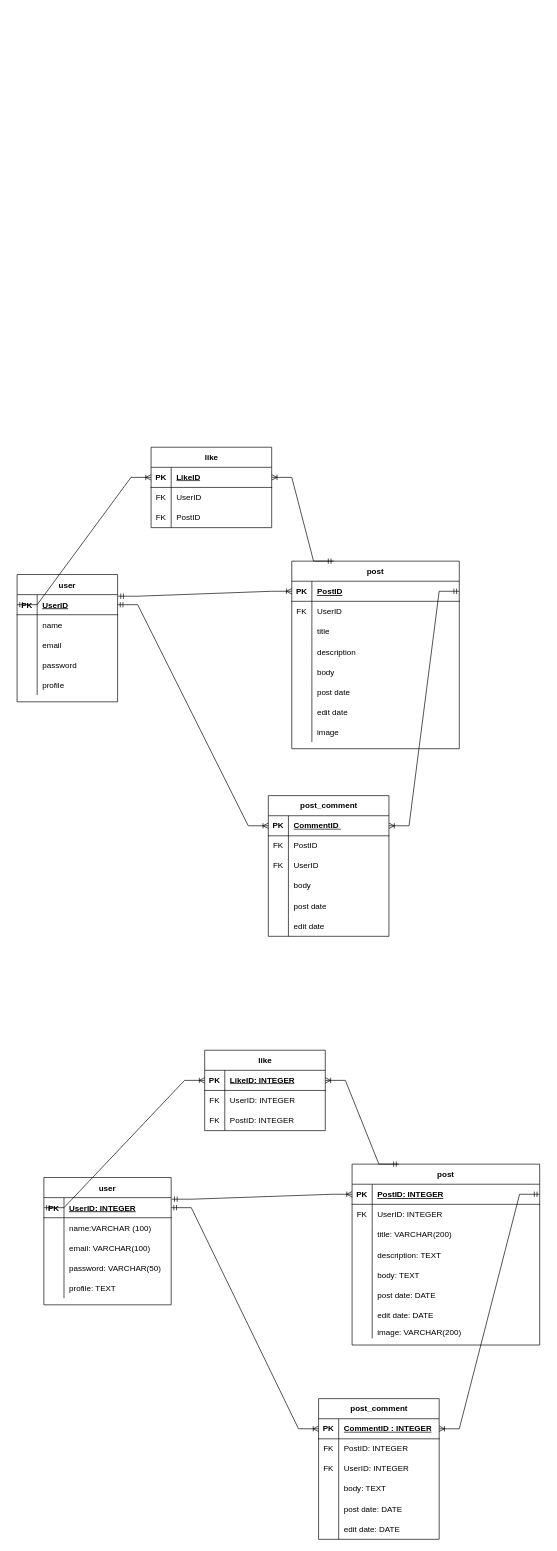
Before: Module8/diagrams/Exercise 1.drawio in endofheat/9OctSECohort, a draw.io diagram. Source tidied: cells renumbered, new cells numbered last; positions are measured from the earlier drawing's top-left corner, leaving out a move shared by most shapes. Both pictures are drawn from the tidied source at 67%, with x=0, y=0 at pixel (17, 447).
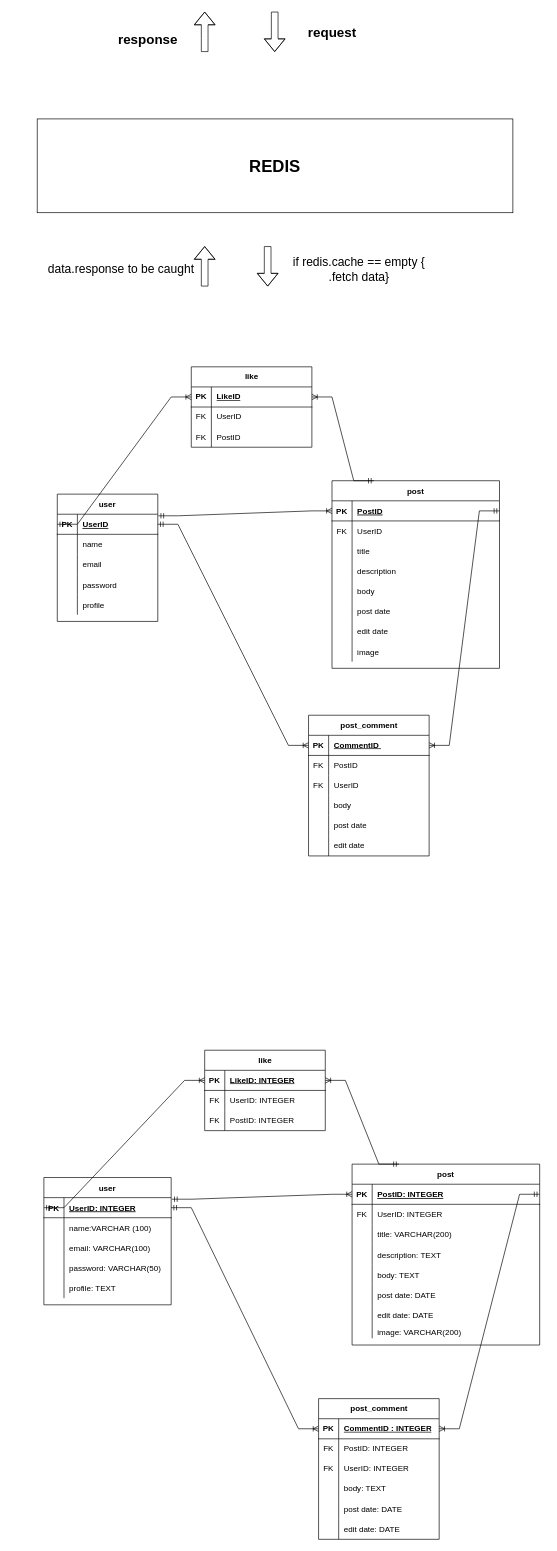
The same page after the edit.

Unchanged cells that the change refers to:
```xml
<mxCell id="28" style="shape=partialRectangle;fillColor=none;points=[[0,0.5],[1,0.5]];portConstraint=eastwest;top=0;left=0;right=0;bottom=1;" parent="27" vertex="1">
  <mxGeometry y="30" width="150" height="30" as="geometry" />
</mxCell>
<mxCell id="44" style="shape=tableRow;horizontal=0;startSize=0;swimlaneHead=0;swimlaneBody=0;fillColor=none;points=[[0,0.5],[1,0.5]];portConstraint=eastwest;top=0;left=0;right=0;bottom=1;" parent="43" vertex="1">
  <mxGeometry y="30" width="180" height="30" as="geometry" />
</mxCell>
<mxCell id="63" style="shape=tableRow;horizontal=0;startSize=0;swimlaneHead=0;swimlaneBody=0;fillColor=none;points=[[0,0.5],[1,0.5]];portConstraint=eastwest;top=0;left=0;right=0;bottom=1;" parent="62" vertex="1">
  <mxGeometry y="30" width="180" height="30" as="geometry" />
</mxCell>
```

Diff of the diagram source:
```diff
@@
     <mxCell id="2" value="post" style="shape=table;startSize=30;childLayout=tableLayout;rowLines=0;fontStyle=1;align=center;" parent="1" vertex="1">
-      <mxGeometry x="410" y="170" width="250" height="280" as="geometry" />
+      <mxGeometry x="470" y="50" width="250" height="280" as="geometry" />
     </mxCell>
@@
     <mxCell id="27" value="user" style="shape=table;startSize=30;childLayout=tableLayout;rowLines=0;fontStyle=1;align=center;" parent="1" vertex="1">
-      <mxGeometry y="190" width="150" height="190" as="geometry" />
+      <mxGeometry x="60" y="70" width="150" height="190" as="geometry" />
     </mxCell>
@@
     <mxCell id="43" value="post_comment" style="shape=table;startSize=30;childLayout=tableLayout;rowLines=0;fontStyle=1;align=center;html=1;" parent="1" vertex="1">
-      <mxGeometry x="375" y="520" width="180" height="210" as="geometry" />
+      <mxGeometry x="435" y="400" width="180" height="210" as="geometry" />
     </mxCell>
@@
     <mxCell id="62" value="like" style="shape=table;startSize=30;childLayout=tableLayout;rowLines=0;fontStyle=1;align=center;html=1;" parent="1" vertex="1">
-      <mxGeometry x="200" width="180" height="120" as="geometry" />
+      <mxGeometry x="260" y="-120" width="180" height="120" as="geometry" />
     </mxCell>
@@
     <mxCell id="74" style="edgeStyle=entityRelationEdgeStyle;fontSize=12;html=1;endArrow=ERoneToMany;startArrow=ERmandOne;rounded=0;exitX=0;exitY=0.5;exitDx=0;exitDy=0;entryX=0;entryY=0.5;entryDx=0;entryDy=0;" parent="1" edge="1" source="28" target="63">
       <mxGeometry relative="1" as="geometry">
         <Array as="points">
-          <mxPoint x="160" y="170" />
+          <mxPoint x="220" y="50" />
         </Array>
       </mxGeometry>
     </mxCell>
@@
     <mxCell id="76" style="edgeStyle=entityRelationEdgeStyle;fontSize=12;html=1;endArrow=ERoneToMany;startArrow=ERmandOne;rounded=0;entryX=0;entryY=0.5;entryDx=0;entryDy=0;" parent="1" edge="1" source="28" target="44">
       <mxGeometry relative="1" as="geometry">
         <Array as="points">
-          <mxPoint x="500" y="250" />
+          <mxPoint x="560" y="130" />
         </Array>
       </mxGeometry>
     </mxCell>
@@
+    <mxCell id="152" style="shape=flexArrow;endArrow=classic;html=1;rounded=0;" parent="1" edge="1">
+      <mxGeometry relative="1" as="geometry">
+        <mxPoint x="280" y="-240" as="sourcePoint" />
+        <mxPoint x="280" y="-300" as="targetPoint" />
+        <Array as="points">
+          <mxPoint x="280" y="-260" />
+        </Array>
+      </mxGeometry>
+    </mxCell>
+    <mxCell id="153" style="shape=flexArrow;endArrow=classic;html=1;rounded=0;" parent="1" edge="1">
+      <mxGeometry relative="1" as="geometry">
+        <mxPoint x="374" y="-300" as="sourcePoint" />
+        <mxPoint x="374" y="-240" as="targetPoint" />
+        <Array as="points">
+          <mxPoint x="374" y="-260" />
+        </Array>
+      </mxGeometry>
+    </mxCell>
+    <mxCell id="154" value="&lt;font style=&quot;font-size: 25px;&quot;&gt;&lt;b&gt;REDIS&lt;/b&gt;&lt;/font&gt;" style="rounded=0;whiteSpace=wrap;html=1;" parent="1" vertex="1">
+      <mxGeometry x="30" y="-490" width="710" height="140" as="geometry" />
+    </mxCell>
+    <mxCell id="155" style="shape=flexArrow;endArrow=classic;html=1;rounded=0;" parent="1" edge="1">
+      <mxGeometry relative="1" as="geometry">
+        <mxPoint x="280" y="-590" as="sourcePoint" />
+        <mxPoint x="280" y="-650" as="targetPoint" />
+        <Array as="points">
+          <mxPoint x="280" y="-610" />
+        </Array>
+      </mxGeometry>
+    </mxCell>
+    <mxCell id="156" style="shape=flexArrow;endArrow=classic;html=1;rounded=0;" parent="1" edge="1">
+      <mxGeometry relative="1" as="geometry">
+        <mxPoint x="384.5" y="-650" as="sourcePoint" />
+        <mxPoint x="384.5" y="-590" as="targetPoint" />
+        <Array as="points">
+          <mxPoint x="384.5" y="-610" />
+        </Array>
+      </mxGeometry>
+    </mxCell>
+    <mxCell id="157" value="&lt;b&gt;&lt;font style=&quot;font-size: 20px;&quot;&gt;response&lt;/font&gt;&lt;/b&gt;" style="text;html=1;align=center;verticalAlign=middle;strokeColor=none;fillColor=none;" parent="1" vertex="1">
+      <mxGeometry x="140" y="-630" width="110" height="40" as="geometry" />
+    </mxCell>
+    <mxCell id="158" value="&lt;b&gt;&lt;font style=&quot;font-size: 20px;&quot;&gt;request&lt;/font&gt;&lt;/b&gt;" style="text;html=1;align=center;verticalAlign=middle;strokeColor=none;fillColor=none;" parent="1" vertex="1">
+      <mxGeometry x="420" y="-640" width="100" height="40" as="geometry" />
+    </mxCell>
+    <mxCell id="159" value="if redis.cache == empty {&lt;br style=&quot;font-size: 18px;&quot;&gt;.fetch data}" style="text;html=1;align=center;verticalAlign=middle;strokeColor=none;fillColor=none;fontSize=18;" parent="1" vertex="1">
+      <mxGeometry x="400" y="-295" width="220" height="60" as="geometry" />
+    </mxCell>
+    <mxCell id="160" value="data.response to be caught" style="text;html=1;align=center;verticalAlign=middle;strokeColor=none;fillColor=none;fontSize=18;" parent="1" vertex="1">
+      <mxGeometry x="35" y="-285" width="240" height="40" as="geometry" />
+    </mxCell>
```
